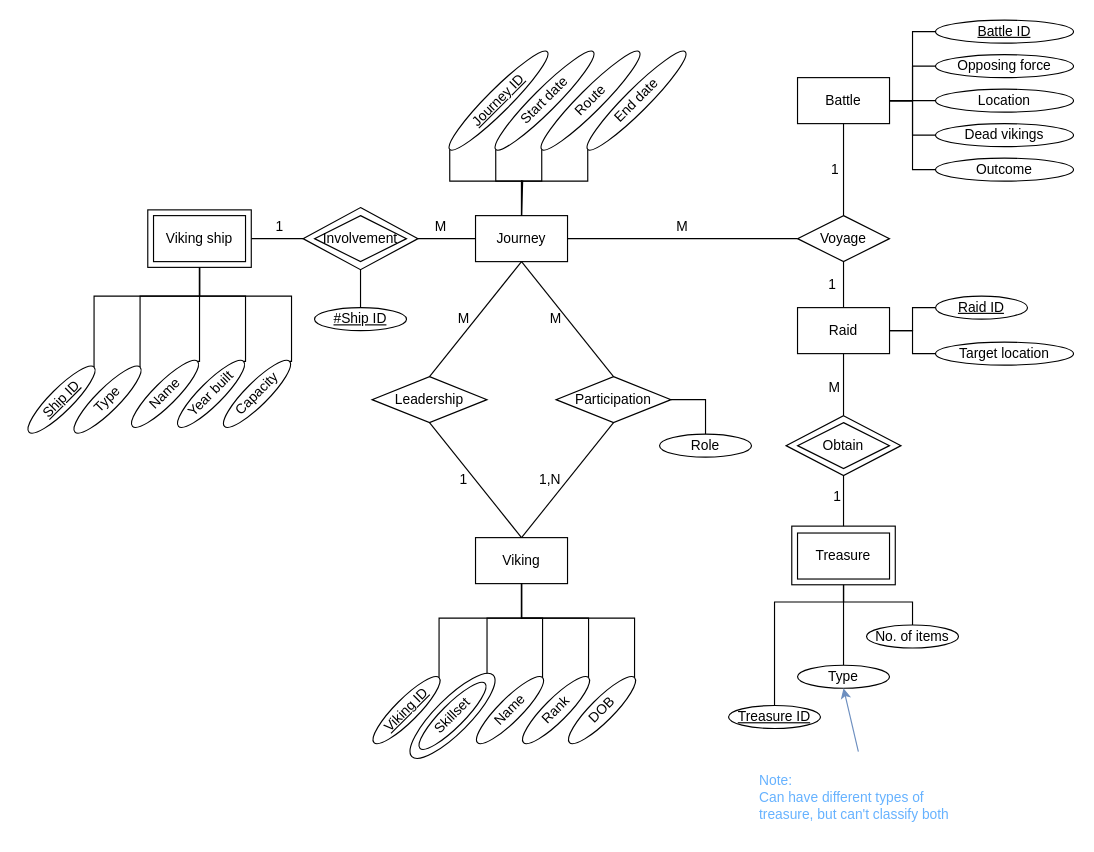
Earlier version of the draw.io diagram AssignmentI.drawio (Markusgard/Databaser-innlevering). Source tidied: cells renumbered, new cells numbered last; positions are measured from the earlier drawing's top-left corner, leaving out a move shared by most shapes. Both pictures are drawn from the tidied source at 115%, with x=0, y=0 at pixel (15, 20).
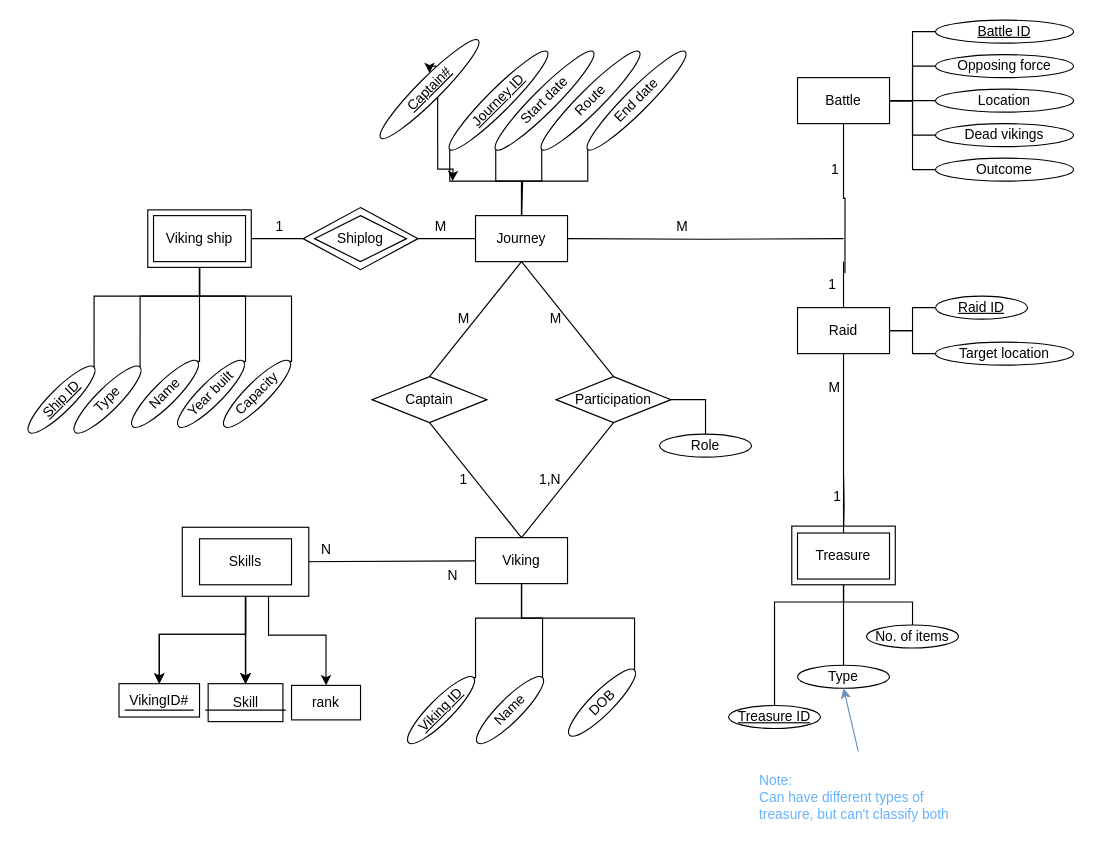
After the change.

Unchanged cells that the change refers to:
```xml
<mxCell id="6" style="rhombus;whiteSpace=wrap;html=1;" parent="1" vertex="1">
  <mxGeometry x="250" y="163" width="100" height="54" as="geometry" />
</mxCell>
<mxCell id="12" value="Journey" style="rounded=0;whiteSpace=wrap;html=1;" parent="1" vertex="1">
  <mxGeometry x="400" y="170" width="80" height="40" as="geometry" />
</mxCell>
<mxCell id="16" value="Raid" style="rounded=0;whiteSpace=wrap;html=1;" parent="1" vertex="1">
  <mxGeometry x="680" y="250" width="80" height="40" as="geometry" />
</mxCell>
<mxCell id="17" value="Battle" style="rounded=0;whiteSpace=wrap;html=1;" parent="1" vertex="1">
  <mxGeometry x="680" y="50" width="80" height="40" as="geometry" />
</mxCell>
<mxCell id="18" value="Treasure" style="rounded=0;whiteSpace=wrap;html=1;" parent="1" vertex="1">
  <mxGeometry x="680" y="446" width="80" height="40" as="geometry" />
</mxCell>
<mxCell id="19" value="Viking" style="rounded=0;whiteSpace=wrap;html=1;" parent="1" vertex="1">
  <mxGeometry x="400" y="450" width="80" height="40" as="geometry" />
</mxCell>
<mxCell id="72" value="1" style="text;html=1;align=center;verticalAlign=middle;whiteSpace=wrap;rounded=0;" parent="1" vertex="1">
  <mxGeometry x="687.5" y="220" width="45" height="20" as="geometry" />
</mxCell>
```

What changed in the source:
```diff
@@
-    <mxCell id="5" style="edgeStyle=orthogonalEdgeStyle;rounded=0;jettySize=auto;html=1;exitX=0.5;exitY=1;exitDx=0;exitDy=0;entryX=0.5;entryY=0;entryDx=0;entryDy=0;endArrow=none;startFill=0;" parent="1" edge="1" source="6" target="93">
-      <mxGeometry relative="1" as="geometry" />
-    </mxCell>
@@
-    <mxCell id="7" style="rhombus;whiteSpace=wrap;html=1;" parent="1" vertex="1">
-      <mxGeometry x="670" y="344" width="100" height="52" as="geometry" />
-    </mxCell>
-    <mxCell id="8" style="edgeStyle=orthogonalEdgeStyle;rounded=0;jettySize=auto;html=1;entryX=0.5;entryY=0;entryDx=0;entryDy=0;endArrow=none;startFill=0;exitX=0.5;exitY=1;exitDx=0;exitDy=0;" parent="1" edge="1" source="7" target="18">
-      <mxGeometry relative="1" as="geometry" />
+    <mxCell id="8" style="edgeStyle=orthogonalEdgeStyle;rounded=0;jettySize=auto;html=1;entryX=0.5;entryY=0;entryDx=0;entryDy=0;endArrow=none;startFill=0;exitX=0.5;exitY=1;exitDx=0;exitDy=0;" parent="1" edge="1" target="18">
+      <mxGeometry relative="1" as="geometry">
+        <mxPoint x="720" y="396" as="sourcePoint" />
+      </mxGeometry>
     </mxCell>
@@
-    <mxCell id="14" style="edgeStyle=orthogonalEdgeStyle;rounded=0;jettySize=auto;html=1;exitX=0.5;exitY=0;exitDx=0;exitDy=0;entryX=0.5;entryY=1;entryDx=0;entryDy=0;endArrow=none;startFill=0;" parent="1" edge="1" source="16" target="69">
-      <mxGeometry relative="1" as="geometry" />
+    <mxCell id="14" style="edgeStyle=orthogonalEdgeStyle;rounded=0;jettySize=auto;html=1;exitX=0.5;exitY=0;exitDx=0;exitDy=0;entryX=0.5;entryY=1;entryDx=0;entryDy=0;endArrow=none;startFill=0;" parent="1" edge="1" source="16">
+      <mxGeometry relative="1" as="geometry">
+        <mxPoint x="720" y="210" as="targetPoint" />
+      </mxGeometry>
     </mxCell>
-    <mxCell id="15" style="edgeStyle=orthogonalEdgeStyle;rounded=0;jettySize=auto;html=1;endArrow=none;startFill=0;exitX=0.5;exitY=1;exitDx=0;exitDy=0;entryX=0.5;entryY=0;entryDx=0;entryDy=0;" parent="1" edge="1" source="16" target="7">
+    <mxCell id="15" style="edgeStyle=orthogonalEdgeStyle;rounded=0;jettySize=auto;html=1;endArrow=none;startFill=0;exitX=0.5;exitY=1;exitDx=0;exitDy=0;entryX=0.5;entryY=0;entryDx=0;entryDy=0;" parent="1" edge="1" source="16" target="18">
       <mxGeometry relative="1" as="geometry" />
     </mxCell>
@@
     <mxCell id="46" style="edgeStyle=orthogonalEdgeStyle;rounded=0;jettySize=auto;html=1;exitX=1;exitY=0.5;exitDx=0;exitDy=0;entryX=0.5;entryY=1;entryDx=0;entryDy=0;endArrow=none;startFill=0;" parent="1" edge="1" source="47">
       <mxGeometry relative="1" as="geometry">
         <mxPoint x="440" y="490" as="targetPoint" />
         <Array as="points">
-          <mxPoint x="368" y="520" />
+          <mxPoint x="400" y="572" />
+          <mxPoint x="400" y="520" />
           <mxPoint x="440" y="520" />
         </Array>
       </mxGeometry>
     </mxCell>
     <mxCell id="47" value="&lt;u&gt;Viking ID&lt;/u&gt;" style="ellipse;whiteSpace=wrap;html=1;rotation=-45;" parent="1" vertex="1">
-      <mxGeometry x="300" y="590" width="80" height="20" as="geometry" />
+      <mxGeometry x="330" y="590" width="80" height="20" as="geometry" />
     </mxCell>
@@
-    <mxCell id="50" style="edgeStyle=orthogonalEdgeStyle;rounded=0;jettySize=auto;html=1;exitX=1;exitY=0.5;exitDx=0;exitDy=0;entryX=0.5;entryY=1;entryDx=0;entryDy=0;endArrow=none;startFill=0;" parent="1" edge="1" source="51">
-      <mxGeometry relative="1" as="geometry">
-        <mxPoint x="440" y="490" as="targetPoint" />
-        <Array as="points">
-          <mxPoint x="410" y="570" />
-          <mxPoint x="410" y="520" />
-          <mxPoint x="440" y="520" />
-        </Array>
-      </mxGeometry>
-    </mxCell>
-    <mxCell id="51" style="ellipse;whiteSpace=wrap;html=1;rotation=-45;" parent="1" vertex="1">
-      <mxGeometry x="330" y="590" width="100" height="30" as="geometry" />
-    </mxCell>
-    <mxCell id="52" value="Skillset" style="ellipse;whiteSpace=wrap;html=1;shadow=0;rotation=-45;" parent="1" vertex="1">
-      <mxGeometry x="340" y="595" width="80" height="20" as="geometry" />
-    </mxCell>
-    <mxCell id="53" style="edgeStyle=orthogonalEdgeStyle;rounded=0;jettySize=auto;html=1;exitX=1;exitY=0.5;exitDx=0;exitDy=0;entryX=0.5;entryY=1;entryDx=0;entryDy=0;endArrow=none;startFill=0;" parent="1" edge="1" source="54">
-      <mxGeometry relative="1" as="geometry">
-        <mxPoint x="440" y="490" as="targetPoint" />
-        <Array as="points">
-          <mxPoint x="498" y="520" />
-          <mxPoint x="440" y="520" />
-        </Array>
-      </mxGeometry>
-    </mxCell>
-    <mxCell id="54" value="Rank" style="ellipse;whiteSpace=wrap;html=1;rotation=-45;" parent="1" vertex="1">
-      <mxGeometry x="430" y="590" width="80" height="20" as="geometry" />
-    </mxCell>
@@
     <mxCell id="56" value="DOB" style="ellipse;whiteSpace=wrap;html=1;rotation=-45;" parent="1" vertex="1">
-      <mxGeometry x="470" y="590" width="80" height="20" as="geometry" />
+      <mxGeometry x="470" y="583.5" width="80" height="20" as="geometry" />
     </mxCell>
@@
-    <mxCell id="67" style="edgeStyle=orthogonalEdgeStyle;rounded=0;jettySize=auto;html=1;exitX=0;exitY=0.5;exitDx=0;exitDy=0;entryX=1;entryY=0.5;entryDx=0;entryDy=0;endArrow=none;startFill=0;" parent="1" edge="1" source="69" target="12">
-      <mxGeometry relative="1" as="geometry" />
+    <mxCell id="67" style="edgeStyle=orthogonalEdgeStyle;rounded=0;jettySize=auto;html=1;entryX=1;entryY=0.5;entryDx=0;entryDy=0;endArrow=none;startFill=0;" parent="1" edge="1" target="12">
+      <mxGeometry relative="1" as="geometry">
+        <mxPoint x="720" y="190" as="sourcePoint" />
+      </mxGeometry>
     </mxCell>
-    <mxCell id="68" style="edgeStyle=orthogonalEdgeStyle;rounded=0;jettySize=auto;html=1;exitX=0.5;exitY=0;exitDx=0;exitDy=0;entryX=0.5;entryY=1;entryDx=0;entryDy=0;endArrow=none;startFill=0;" parent="1" edge="1" source="69" target="17">
+    <mxCell id="68" style="edgeStyle=orthogonalEdgeStyle;rounded=0;jettySize=auto;html=1;exitX=0.75;exitY=0;exitDx=0;exitDy=0;entryX=0.5;entryY=1;entryDx=0;entryDy=0;endArrow=none;startFill=0;" parent="1" edge="1" source="72" target="17">
       <mxGeometry relative="1" as="geometry" />
     </mxCell>
-    <mxCell id="69" value="Voyage" style="rhombus;whiteSpace=wrap;html=1;" parent="1" vertex="1">
-      <mxGeometry x="680" y="170" width="80" height="40" as="geometry" />
-    </mxCell>
@@
-    <mxCell id="73" value="Obtain" style="rhombus;whiteSpace=wrap;html=1;" parent="1" vertex="1">
-      <mxGeometry x="680" y="350" width="80" height="40" as="geometry" />
-    </mxCell>
@@
-    <mxCell id="82" value="Involvement" style="rhombus;whiteSpace=wrap;html=1;" parent="1" vertex="1">
+    <mxCell id="82" value="Shiplog" style="rhombus;whiteSpace=wrap;html=1;" parent="1" vertex="1">
       <mxGeometry x="260" y="170" width="80" height="40" as="geometry" />
     </mxCell>
@@
-    <mxCell id="85" value="Leadership" style="rhombus;whiteSpace=wrap;html=1;" parent="1" vertex="1">
+    <mxCell id="85" value="Captain" style="rhombus;whiteSpace=wrap;html=1;" parent="1" vertex="1">
       <mxGeometry x="310" y="310" width="100" height="40" as="geometry" />
     </mxCell>
@@
-    <mxCell id="93" value="&lt;u&gt;#Ship ID&lt;/u&gt;" style="ellipse;whiteSpace=wrap;html=1;rotation=0;" parent="1" vertex="1">
-      <mxGeometry x="260" y="250" width="80" height="20" as="geometry" />
-    </mxCell>
+    <mxCell id="94" style="edgeStyle=orthogonalEdgeStyle;rounded=0;jettySize=auto;html=1;exitX=0.5;exitY=1;exitDx=0;exitDy=0;" parent="1" edge="1" source="108">
+      <mxGeometry relative="1" as="geometry">
+        <mxPoint x="380" y="140" as="targetPoint" />
+      </mxGeometry>
+    </mxCell>
+    <mxCell id="95" style="edgeStyle=orthogonalEdgeStyle;rounded=0;jettySize=auto;html=1;" parent="1" edge="1" source="111" target="102">
+      <mxGeometry relative="1" as="geometry" />
+    </mxCell>
+    <mxCell id="96" style="edgeStyle=orthogonalEdgeStyle;rounded=0;jettySize=auto;html=1;" parent="1" edge="1" source="111" target="102">
+      <mxGeometry relative="1" as="geometry" />
+    </mxCell>
+    <mxCell id="97" style="edgeStyle=orthogonalEdgeStyle;rounded=0;jettySize=auto;html=1;" parent="1" edge="1" source="111" target="103">
+      <mxGeometry relative="1" as="geometry" />
+    </mxCell>
+    <mxCell id="98" style="edgeStyle=orthogonalEdgeStyle;rounded=0;jettySize=auto;html=1;" parent="1" edge="1" source="111" target="103">
+      <mxGeometry relative="1" as="geometry" />
+    </mxCell>
+    <mxCell id="99" style="edgeStyle=orthogonalEdgeStyle;rounded=0;jettySize=auto;html=1;" parent="1" edge="1" source="111" target="103">
+      <mxGeometry relative="1" as="geometry" />
+    </mxCell>
+    <mxCell id="100" style="edgeStyle=orthogonalEdgeStyle;rounded=0;jettySize=auto;html=1;" parent="1" edge="1" source="111" target="103">
+      <mxGeometry relative="1" as="geometry" />
+    </mxCell>
+    <mxCell id="101" style="edgeStyle=orthogonalEdgeStyle;rounded=0;jettySize=auto;html=1;exitX=0.75;exitY=1;exitDx=0;exitDy=0;entryX=0.5;entryY=0;entryDx=0;entryDy=0;" parent="1" edge="1" source="111" target="104">
+      <mxGeometry relative="1" as="geometry" />
+    </mxCell>
+    <mxCell id="102" value="VikingID#" style="rounded=0;whiteSpace=wrap;html=1;" parent="1" vertex="1">
+      <mxGeometry x="90" y="577" width="70" height="29" as="geometry" />
+    </mxCell>
+    <mxCell id="103" value="Skill" style="rounded=0;whiteSpace=wrap;html=1;" parent="1" vertex="1">
+      <mxGeometry x="167.5" y="577" width="65" height="33" as="geometry" />
+    </mxCell>
+    <mxCell id="104" value="rank" style="rounded=0;whiteSpace=wrap;html=1;" parent="1" vertex="1">
+      <mxGeometry x="240" y="578.5" width="60" height="30" as="geometry" />
+    </mxCell>
+    <mxCell id="105" style="endArrow=none;html=1;rounded=0;" parent="1" edge="1">
+      <mxGeometry relative="1" as="geometry">
+        <mxPoint x="95" y="600" as="sourcePoint" />
+        <mxPoint x="155" y="600" as="targetPoint" />
+      </mxGeometry>
+    </mxCell>
+    <mxCell id="106" style="endArrow=none;html=1;rounded=0;" parent="1" edge="1">
+      <mxGeometry relative="1" as="geometry">
+        <mxPoint x="165" y="600" as="sourcePoint" />
+        <mxPoint x="235" y="600" as="targetPoint" />
+      </mxGeometry>
+    </mxCell>
+    <mxCell id="107" style="edgeStyle=orthogonalEdgeStyle;rounded=0;jettySize=auto;html=1;exitX=0.5;exitY=1;exitDx=0;exitDy=0;" parent="1" edge="1" target="108">
+      <mxGeometry relative="1" as="geometry">
+        <mxPoint x="365" y="60" as="sourcePoint" />
+      </mxGeometry>
+    </mxCell>
+    <mxCell id="108" value="&lt;u&gt;Captain#&lt;/u&gt;" style="ellipse;whiteSpace=wrap;html=1;rotation=-45;" parent="1" vertex="1">
+      <mxGeometry x="300" y="50" width="120" height="20" as="geometry" />
+    </mxCell>
+    <mxCell id="109" style="endArrow=none;html=1;rounded=0;exitX=1;exitY=0.5;exitDx=0;exitDy=0;" parent="1" edge="1" source="111" target="19">
+      <mxGeometry relative="1" as="geometry" />
+    </mxCell>
+    <mxCell id="110" style="rounded=0;whiteSpace=wrap;html=1;" parent="1" vertex="1">
+      <mxGeometry x="145" y="441" width="110" height="60" as="geometry" />
+    </mxCell>
+    <mxCell id="111" value="Skills" style="rounded=0;whiteSpace=wrap;html=1;" parent="1" vertex="1">
+      <mxGeometry x="160" y="451" width="80" height="40" as="geometry" />
+    </mxCell>
+    <mxCell id="112" value="N" style="text;html=1;align=center;verticalAlign=middle;strokeColor=none;fillColor=none;" parent="1" vertex="1">
+      <mxGeometry x="255" y="446" width="30" height="30" as="geometry" />
+    </mxCell>
+    <mxCell id="113" value="N" style="text;html=1;align=center;verticalAlign=middle;strokeColor=none;fillColor=none;" parent="1" vertex="1">
+      <mxGeometry x="365" y="468" width="30" height="30" as="geometry" />
+    </mxCell>
```
